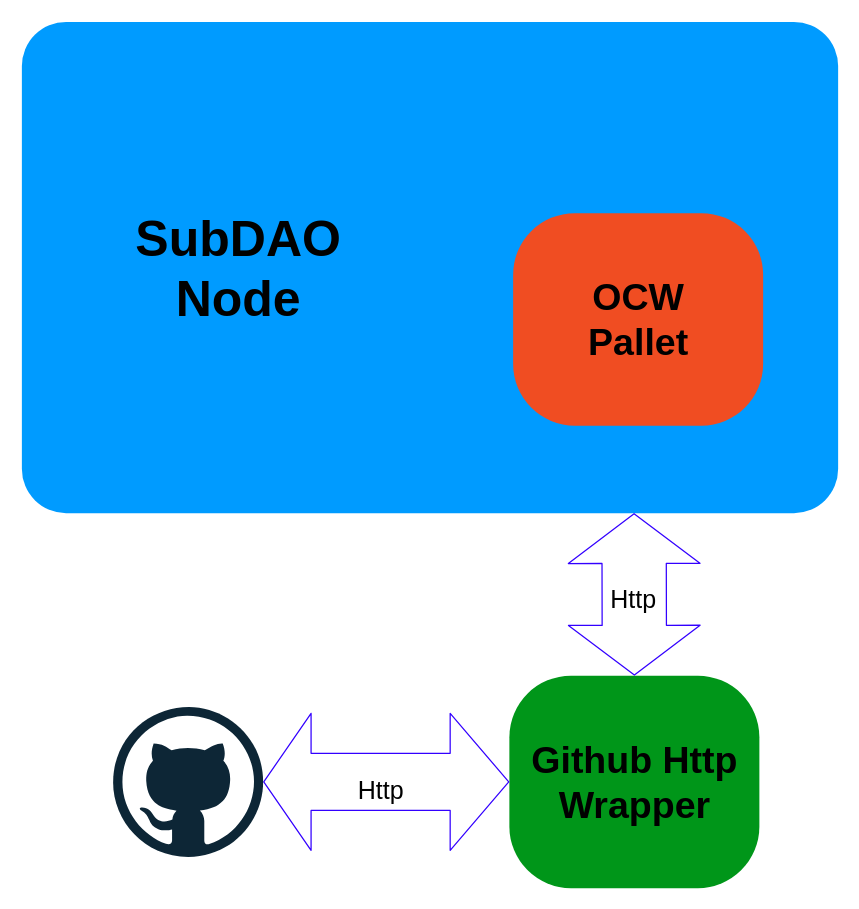
Above: Integration.drawio in xrdavies/diagrams (draw.io), before the change. Source tidied: cells renumbered, new cells numbered last; positions are measured from the earlier drawing's top-left corner, leaving out a move shared by most shapes. Both pictures are drawn from the tidied source at 125%, with x=0, y=0 at pixel (21, 21).
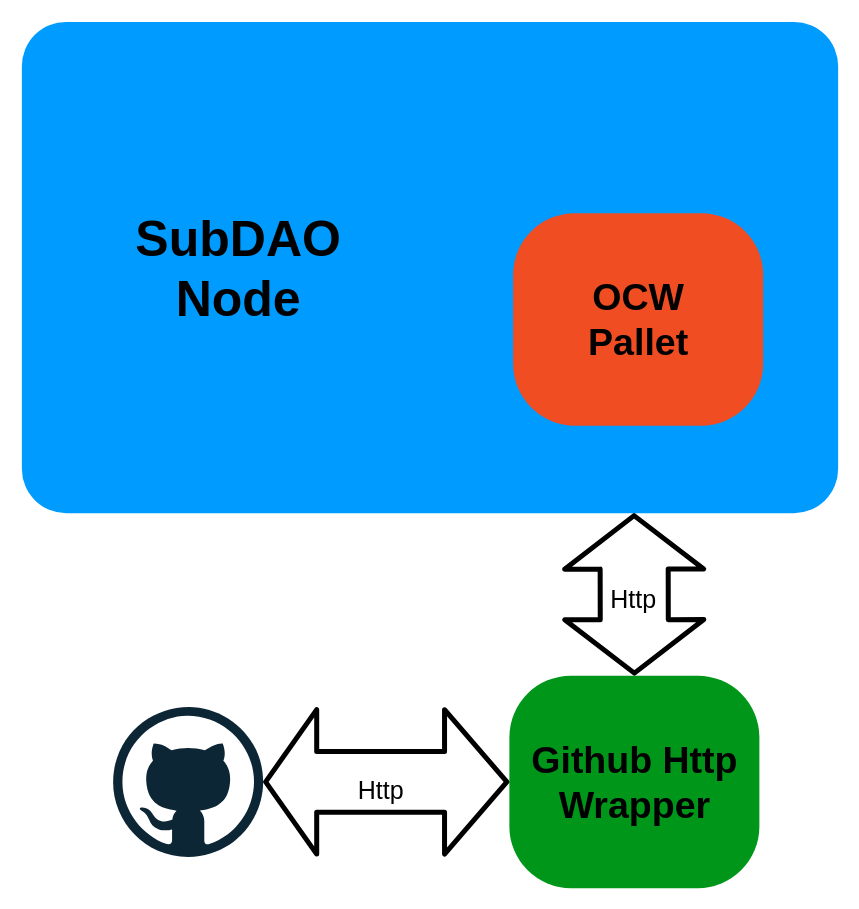
After the change.

Diff of the diagram source:
```diff
@@
 <mxGraphModel>
   <root>
     <mxCell id="0" />
     <mxCell id="1" parent="0" />
     <mxCell id="2" style="whiteSpace=wrap;html=1;rounded=1;shadow=0;strokeColor=none;strokeWidth=2;fillColor=#009BFF;fontSize=20;fontColor=#FFFFFF;align=center;arcSize=9;verticalAlign=top;spacingTop=4;" parent="1" vertex="1">
       <mxGeometry width="653" height="393" as="geometry" />
     </mxCell>
     <mxCell id="3" style="rounded=1;whiteSpace=wrap;html=1;shadow=0;strokeWidth=2;fontSize=12;fontColor=#FFFFFF;align=center;strokeColor=none;arcSize=29;verticalAlign=top;fillColor=#009619;" parent="1" vertex="1">
       <mxGeometry x="390" y="523" width="200" height="170" as="geometry" />
     </mxCell>
     <mxCell id="4" style="dashed=0;outlineConnect=0;html=1;align=center;labelPosition=center;verticalLabelPosition=bottom;verticalAlign=top;shape=mxgraph.weblogos.github;fillColor=#009619;" parent="1" vertex="1">
       <mxGeometry x="73" y="548" width="120" height="120" as="geometry" />
     </mxCell>
     <mxCell id="5" value="&lt;font style=&quot;font-size: 40px&quot;&gt;&lt;b&gt;SubDAO&lt;br&gt;Node&lt;/b&gt;&lt;/font&gt;" style="text;html=1;align=center;verticalAlign=middle;" parent="1" vertex="1">
       <mxGeometry x="83" y="171.5" width="180" height="50" as="geometry" />
     </mxCell>
     <mxCell id="6" value="&lt;span style=&quot;font-size: 30px&quot;&gt;&lt;b&gt;Github Http&lt;br&gt;Wrapper&lt;/b&gt;&lt;/span&gt;" style="text;html=1;align=center;verticalAlign=middle;" parent="1" vertex="1">
       <mxGeometry x="400" y="583" width="180" height="50" as="geometry" />
     </mxCell>
     <mxCell id="7" style="group;" parent="1" vertex="1">
       <mxGeometry x="393" y="153" width="200" height="170" as="geometry" />
     </mxCell>
     <mxCell id="8" style="rounded=1;whiteSpace=wrap;html=1;shadow=0;strokeWidth=2;fillColor=#F04D22;fontSize=12;fontColor=#FFFFFF;align=center;strokeColor=none;arcSize=29;verticalAlign=top;" parent="7" vertex="1">
       <mxGeometry width="200" height="170" as="geometry" />
     </mxCell>
     <mxCell id="9" value="&lt;span style=&quot;font-size: 30px&quot;&gt;&lt;b&gt;OCW&lt;br&gt;Pallet&lt;/b&gt;&lt;/span&gt;" style="text;html=1;align=center;verticalAlign=middle;" parent="7" vertex="1">
       <mxGeometry x="50" y="60" width="100" height="50" as="geometry" />
     </mxCell>
-    <mxCell id="10" style="shape=flexArrow;endArrow=classic;startArrow=classic;html=1;strokeColor=#3300FF;entryX=0.75;entryY=1;entryDx=0;entryDy=0;exitX=0.5;exitY=0;exitDx=0;exitDy=0;endWidth=52.85714285714286;endSize=12.914285714285715;startWidth=52.85714285714286;startSize=12.914285714285715;width=51.42857142857143;" parent="1" edge="1" source="3" target="2">
+    <mxCell id="10" style="shape=flexArrow;endArrow=classic;startArrow=classic;html=1;entryX=0.75;entryY=1;entryDx=0;entryDy=0;exitX=0.5;exitY=0;exitDx=0;exitDy=0;endWidth=52.85714285714286;endSize=12.914285714285715;startWidth=52.85714285714286;startSize=12.914285714285715;width=51.42857142857143;strokeWidth=4;" parent="1" edge="1" source="3" target="2">
       <mxGeometry relative="1" as="geometry" />
     </mxCell>
     <mxCell id="11" value="&lt;font style=&quot;font-size: 20px&quot;&gt;Http&lt;/font&gt;" style="edgeLabel;html=1;align=center;verticalAlign=middle;" parent="10" vertex="1">
       <mxGeometry x="-0.03" y="1" relative="1" as="geometry" />
     </mxCell>
-    <mxCell id="12" style="shape=flexArrow;endArrow=classic;startArrow=classic;html=1;strokeColor=#3300FF;entryX=0;entryY=0.5;entryDx=0;entryDy=0;endWidth=62.85714285714286;endSize=15.285714285714286;startWidth=62.85714285714286;startSize=12.285714285714286;width=45.714285714285715;" parent="1" edge="1" source="4" target="3">
+    <mxCell id="12" style="shape=flexArrow;endArrow=classic;startArrow=classic;html=1;entryX=0;entryY=0.5;entryDx=0;entryDy=0;endWidth=62.85714285714286;endSize=15.285714285714286;startWidth=62.85714285714286;startSize=12.285714285714286;width=45.714285714285715;strokeWidth=4;" parent="1" edge="1" source="4" target="3">
       <mxGeometry relative="1" as="geometry" />
     </mxCell>
     <mxCell id="13" value="&lt;font style=&quot;font-size: 20px&quot;&gt;Http&lt;/font&gt;" style="edgeLabel;html=1;align=center;verticalAlign=middle;" parent="12" vertex="1">
       <mxGeometry x="-0.06" y="-5" relative="1" as="geometry" />
     </mxCell>
   </root>
 </mxGraphModel>
```
